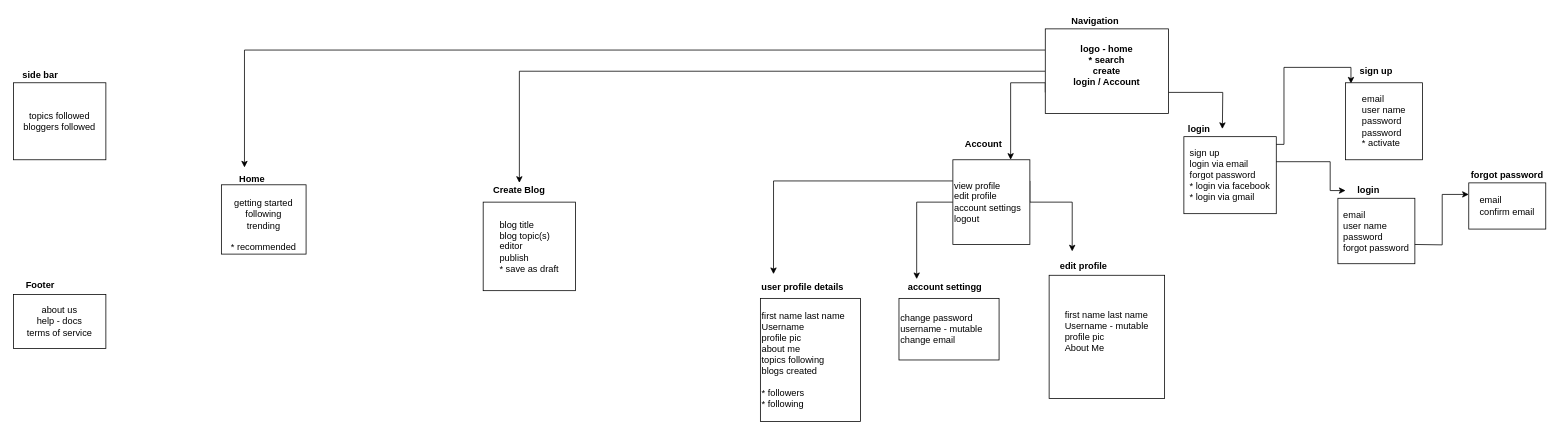
This is doc/first_Diagram.drawio from NikhilistRaj/blog-web-app, a draw.io file, before an edit. Source tidied: cells renumbered, new cells numbered last; positions are measured from the earlier drawing's top-left corner, leaving out a move shared by most shapes. Both pictures are drawn from the tidied source at 77%, with x=0, y=0 at pixel (13, 13).
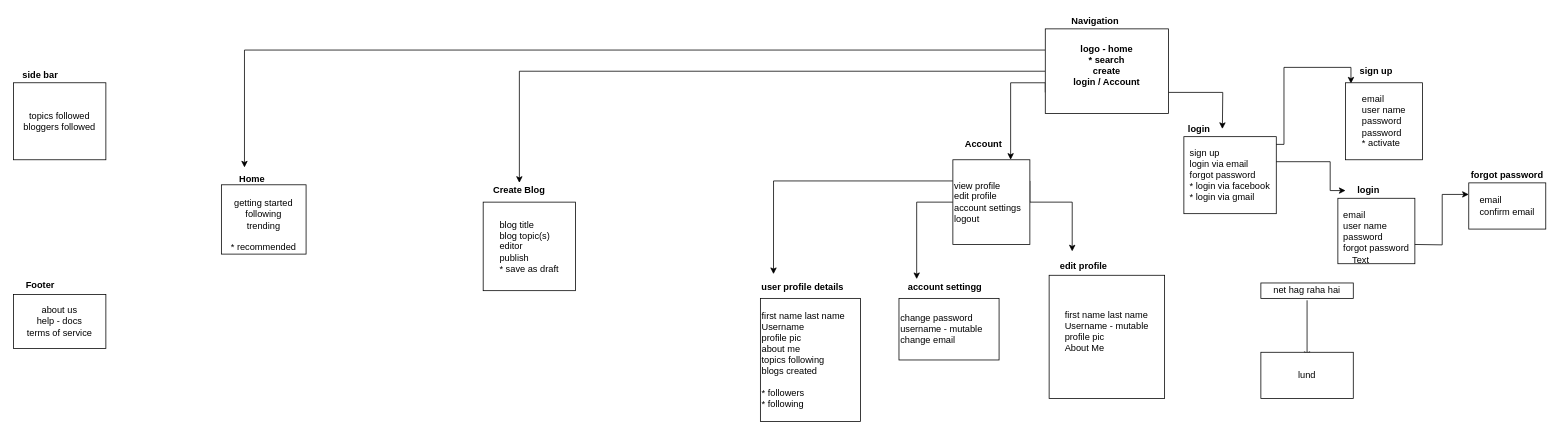
After the change.

Diff of the diagram source:
```diff
@@
+    <mxCell id="38" value="net hag raha hai" style="whiteSpace=wrap;html=1;" parent="1" vertex="1">
+      <mxGeometry x="1620" y="350" width="120" height="20" as="geometry" />
+    </mxCell>
+    <mxCell id="39" value="Text" style="text;html=1;strokeColor=none;fillColor=none;align=center;verticalAlign=middle;whiteSpace=wrap;rounded=0;" parent="1" vertex="1">
+      <mxGeometry x="1730" y="310" width="40" height="20" as="geometry" />
+    </mxCell>
+    <mxCell id="40" style="endArrow=classic;html=1;" parent="1" edge="1">
+      <mxGeometry relative="1" as="geometry">
+        <mxPoint x="1680" y="372.5" as="sourcePoint" />
+        <mxPoint x="1680" y="447.5" as="targetPoint" />
+      </mxGeometry>
+    </mxCell>
+    <mxCell id="41" value="lund" style="rounded=0;whiteSpace=wrap;html=1;" parent="1" vertex="1">
+      <mxGeometry x="1620" y="440" width="120" height="60" as="geometry" />
+    </mxCell>
```
